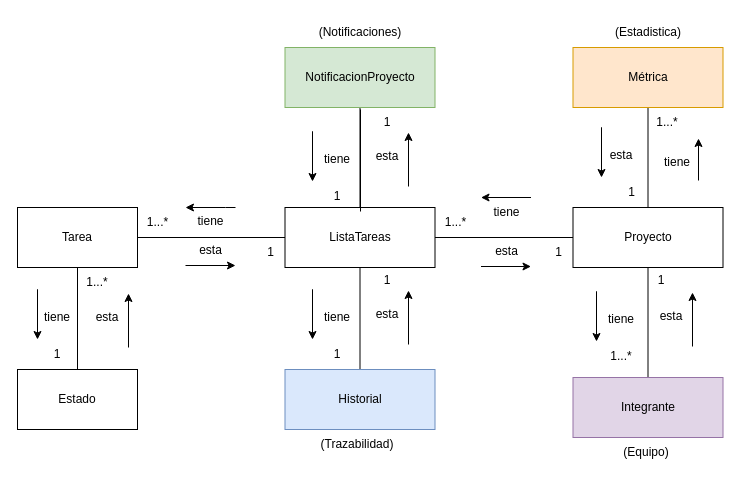
Earlier version of the draw.io diagram page "AnemicModelProjects" (3 of 13) of CoTasker_BoundedContext.drawio (Migue1409-KP/DOO-working-group). Source tidied: cells renumbered, new cells numbered last; positions are measured from the earlier drawing's top-left corner, leaving out a move shared by most shapes. Both pictures are drawn from the tidied source at 100%, with x=0, y=0 at pixel (17, 17).
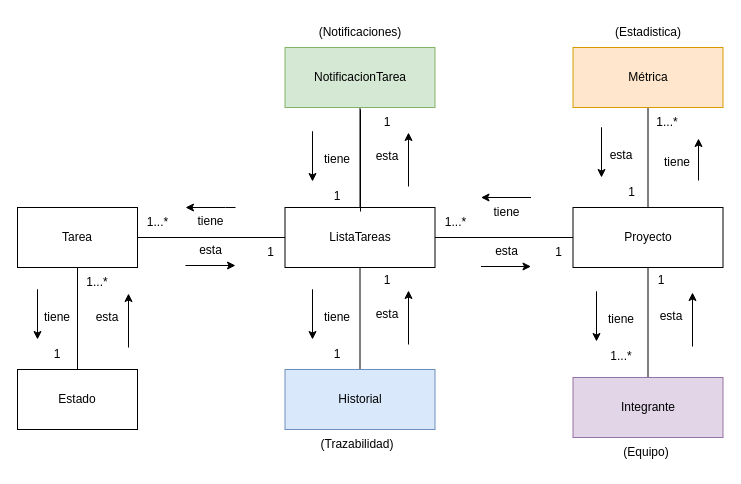
After the change.

What changed in the source:
```diff
@@
-    <mxCell id="47" value="NotificacionProyecto" style="rounded=0;whiteSpace=wrap;html=1;fillColor=#d5e8d4;strokeColor=#82b366;" parent="1" vertex="1">
+    <mxCell id="47" value="NotificacionTarea" style="rounded=0;whiteSpace=wrap;html=1;fillColor=#d5e8d4;strokeColor=#82b366;" parent="1" vertex="1">
       <mxGeometry x="267.5" y="30" width="150" height="60" as="geometry" />
     </mxCell>
```
